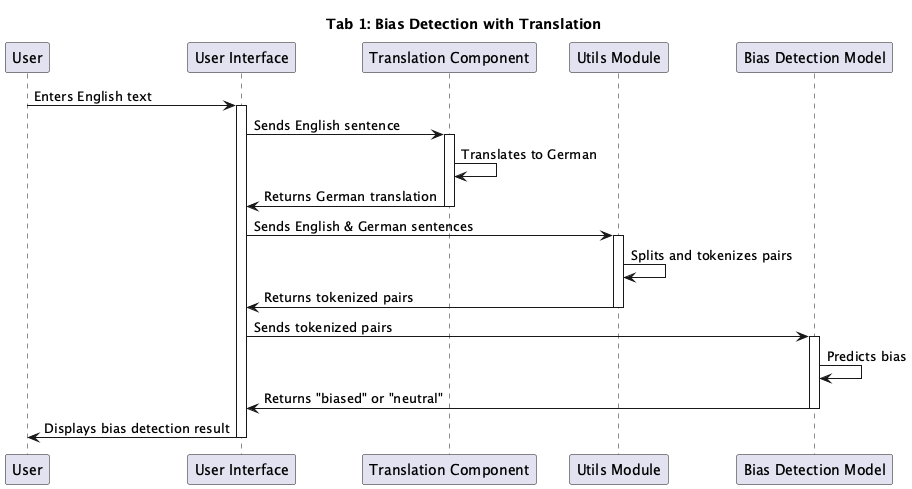
Earlier version of the PlantUML export thesis/Bilder/modules_001.png (phmkhali/bias-detector-en-de).
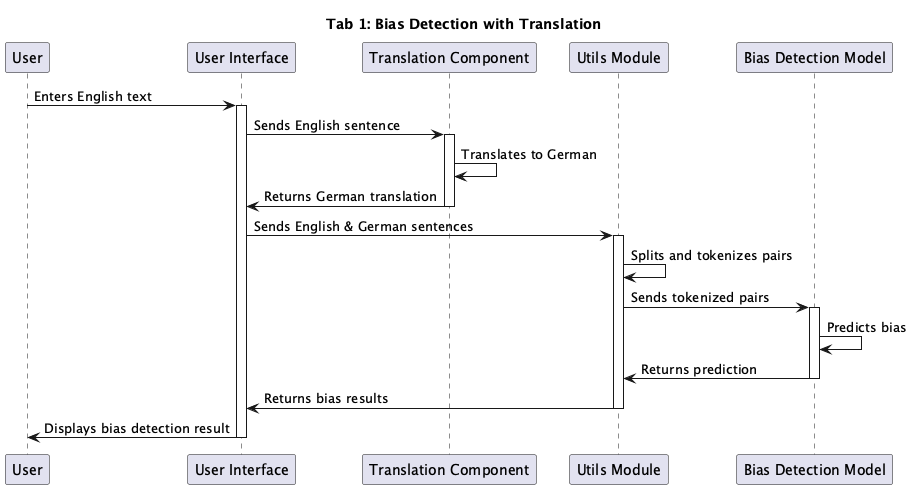
The same diagram one commit later.

Commit message:
sequence diagrams

The edit, as a diff of the source:
```diff
@@ -1,73 +1,34 @@
 @startuml
-
-
-
 
 title Tab 1: Bias Detection with Translation
 
-
-
-
 participant User
-
 participant "User Interface" as UI
-
 participant "Translation Component" as TC
-
 participant "Utils Module" as Utils
-
 participant "Bias Detection Model" as BDM
 
-
-
-
 User -> UI : Enters English text
-
 activate UI
 
-
-
 UI -> TC : Sends English sentence
-
 activate TC
-
 TC -> TC : Translates to German
-
 TC -> UI : Returns German translation
-
 deactivate TC
 
-
-
 UI -> Utils : Sends English & German sentences
-
 activate Utils
-
 Utils -> Utils : Splits and tokenizes pairs
-
-Utils -> UI : Returns tokenized pairs
-
+Utils -> BDM : Sends tokenized pairs
+activate BDM
+BDM -> BDM : Predicts bias
+BDM -> Utils : Returns prediction
+deactivate BDM
+Utils -> UI : Returns bias results
 deactivate Utils
 
-
-
-UI -> BDM : Sends tokenized pairs
-
-activate BDM
-
-BDM -> BDM : Predicts bias
-
-BDM -> UI : Returns "biased" or "neutral"
-
-deactivate BDM
-
-
-
 UI -> User : Displays bias detection result
-
 deactivate UI
 
-
-
-
 @enduml
```
